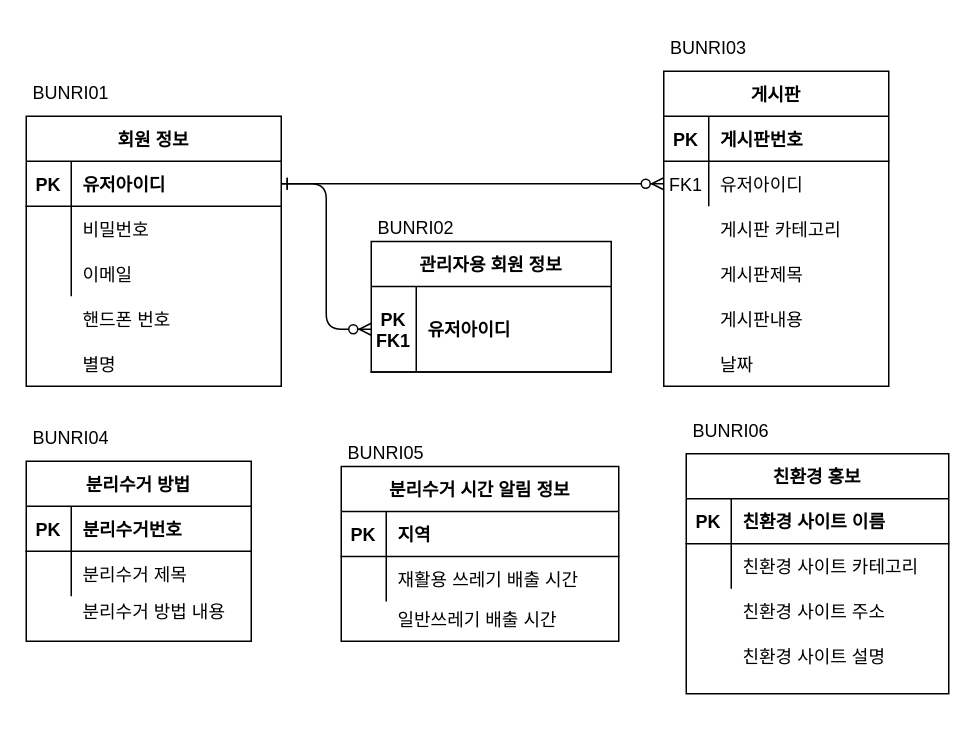
This is page "kor" (2 of 2) of recycleDB.drawio from jgy2808/TERM_Project, a draw.io file, before an edit. Source tidied: cells renumbered, new cells numbered last; positions are measured from the earlier drawing's top-left corner, leaving out a move shared by most shapes. Both pictures are drawn from the tidied source at 150%, with x=0, y=0 at pixel (26, 26).
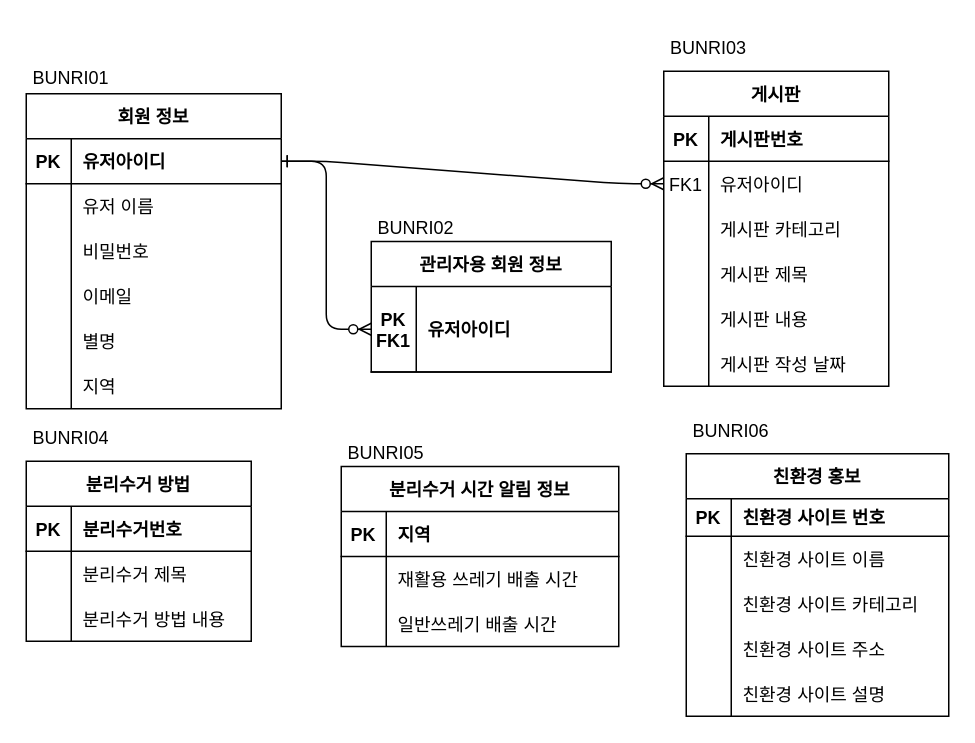
Above is the later version.

The change refers to these unchanged cells:
```xml
<mxCell id="13" value="분리수거 방법" style="shape=table;startSize=30;childLayout=tableLayout;rowLines=0;fontStyle=1;align=center;" parent="1" vertex="1">
  <mxGeometry y="290" width="150" height="120" as="geometry" />
</mxCell>
<mxCell id="20" value="게시판" style="shape=table;startSize=30;childLayout=tableLayout;rowLines=0;fontStyle=1;align=center;" parent="1" vertex="1">
  <mxGeometry x="425" y="30" width="150" height="210" as="geometry" />
</mxCell>
```

Diff of the diagram source:
```diff
@@
-    <mxCell id="2" value="별명" style="shape=partialRectangle;overflow=hidden;fillColor=none;top=0;left=0;bottom=0;right=0;align=left;spacingLeft=6;" parent="1" vertex="1">
-      <mxGeometry x="30" y="210" width="60" height="30" as="geometry" />
-    </mxCell>
     <mxCell id="3" value="회원 정보" style="shape=table;startSize=30;childLayout=tableLayout;rowLines=0;fontStyle=1;align=center;" parent="1" vertex="1">
-      <mxGeometry y="60" width="170" height="180" as="geometry" />
+      <mxGeometry y="45" width="170" height="210" as="geometry" />
     </mxCell>
@@
+    <mxCell id="62" style="shape=partialRectangle;fillColor=none;top=0;left=0;right=0;bottom=0;" parent="3" vertex="1">
+      <mxGeometry y="60" width="170" height="30" as="geometry" />
+    </mxCell>
+    <mxCell id="63" style="shape=partialRectangle;overflow=hidden;fillColor=none;top=0;left=0;bottom=0;right=0;" parent="62" vertex="1">
+      <mxGeometry width="30" height="30" as="geometry" />
+    </mxCell>
+    <mxCell id="64" value="유저 이름" style="shape=partialRectangle;overflow=hidden;fillColor=none;top=0;left=0;bottom=0;right=0;align=left;spacingLeft=6;" parent="62" vertex="1">
+      <mxGeometry x="30" width="140" height="30" as="geometry" />
+    </mxCell>
     <mxCell id="7" style="shape=partialRectangle;fillColor=none;top=0;left=0;right=0;bottom=0;" parent="3" vertex="1">
-      <mxGeometry y="60" width="170" height="30" as="geometry" />
+      <mxGeometry y="90" width="170" height="30" as="geometry" />
     </mxCell>
@@
     <mxCell id="10" style="shape=partialRectangle;fillColor=none;top=0;left=0;right=0;bottom=0;" parent="3" vertex="1">
-      <mxGeometry y="90" width="170" height="30" as="geometry" />
+      <mxGeometry y="120" width="170" height="30" as="geometry" />
     </mxCell>
@@
+    <mxCell id="65" style="shape=partialRectangle;fillColor=none;top=0;left=0;right=0;bottom=0;" parent="3" vertex="1">
+      <mxGeometry y="150" width="170" height="30" as="geometry" />
+    </mxCell>
+    <mxCell id="66" style="shape=partialRectangle;overflow=hidden;fillColor=none;top=0;left=0;bottom=0;right=0;" parent="65" vertex="1">
+      <mxGeometry width="30" height="30" as="geometry" />
+    </mxCell>
+    <mxCell id="2" value="별명" style="shape=partialRectangle;overflow=hidden;fillColor=none;top=0;left=0;bottom=0;right=0;align=left;spacingLeft=6;" parent="65" vertex="1">
+      <mxGeometry x="30" width="140" height="30" as="geometry" />
+    </mxCell>
+    <mxCell id="67" style="shape=partialRectangle;fillColor=none;top=0;left=0;right=0;bottom=0;" parent="3" vertex="1">
+      <mxGeometry y="180" width="170" height="30" as="geometry" />
+    </mxCell>
+    <mxCell id="68" style="shape=partialRectangle;overflow=hidden;fillColor=none;top=0;left=0;bottom=0;right=0;" parent="67" vertex="1">
+      <mxGeometry width="30" height="30" as="geometry" />
+    </mxCell>
+    <mxCell id="69" value="지역" style="shape=partialRectangle;overflow=hidden;fillColor=none;top=0;left=0;bottom=0;right=0;align=left;spacingLeft=6;" parent="67" vertex="1">
+      <mxGeometry x="30" width="140" height="30" as="geometry" />
+    </mxCell>
@@
+    <mxCell id="70" style="shape=partialRectangle;fillColor=none;top=0;left=0;right=0;bottom=0;" parent="13" vertex="1">
+      <mxGeometry y="90" width="150" height="30" as="geometry" />
+    </mxCell>
+    <mxCell id="71" style="shape=partialRectangle;overflow=hidden;fillColor=none;top=0;left=0;bottom=0;right=0;" parent="70" vertex="1">
+      <mxGeometry width="30" height="30" as="geometry" />
+    </mxCell>
+    <mxCell id="31" value="분리수거 방법 내용" style="shape=partialRectangle;overflow=hidden;fillColor=none;top=0;left=0;bottom=0;right=0;align=left;spacingLeft=6;" parent="70" vertex="1">
+      <mxGeometry x="30" width="120" height="30" as="geometry" />
+    </mxCell>
@@
-    <mxCell id="27" value="핸드폰 번호" style="shape=partialRectangle;overflow=hidden;fillColor=none;top=0;left=0;bottom=0;right=0;align=left;spacingLeft=6;" parent="1" vertex="1">
-      <mxGeometry x="30" y="180" width="70" height="30" as="geometry" />
-    </mxCell>
+    <mxCell id="72" style="shape=partialRectangle;fillColor=none;top=0;left=0;right=0;bottom=0;" parent="20" vertex="1">
+      <mxGeometry y="90" width="150" height="30" as="geometry" />
+    </mxCell>
+    <mxCell id="73" style="shape=partialRectangle;overflow=hidden;fillColor=none;top=0;left=0;bottom=0;right=0;" parent="72" vertex="1">
+      <mxGeometry width="30" height="30" as="geometry" />
+    </mxCell>
+    <mxCell id="40" value="게시판 카테고리" style="shape=partialRectangle;overflow=hidden;fillColor=none;top=0;left=0;bottom=0;right=0;align=left;spacingLeft=6;" parent="72" vertex="1">
+      <mxGeometry x="30" width="120" height="30" as="geometry" />
+    </mxCell>
+    <mxCell id="74" style="shape=partialRectangle;fillColor=none;top=0;left=0;right=0;bottom=0;" parent="20" vertex="1">
+      <mxGeometry y="120" width="150" height="30" as="geometry" />
+    </mxCell>
+    <mxCell id="75" style="shape=partialRectangle;overflow=hidden;fillColor=none;top=0;left=0;bottom=0;right=0;" parent="74" vertex="1">
+      <mxGeometry width="30" height="30" as="geometry" />
+    </mxCell>
+    <mxCell id="76" value="게시판 제목" style="shape=partialRectangle;overflow=hidden;fillColor=none;top=0;left=0;bottom=0;right=0;align=left;spacingLeft=6;" parent="74" vertex="1">
+      <mxGeometry x="30" width="120" height="30" as="geometry" />
+    </mxCell>
+    <mxCell id="77" style="shape=partialRectangle;fillColor=none;top=0;left=0;right=0;bottom=0;" parent="20" vertex="1">
+      <mxGeometry y="150" width="150" height="30" as="geometry" />
+    </mxCell>
+    <mxCell id="78" style="shape=partialRectangle;overflow=hidden;fillColor=none;top=0;left=0;bottom=0;right=0;" parent="77" vertex="1">
+      <mxGeometry width="30" height="30" as="geometry" />
+    </mxCell>
+    <mxCell id="79" value="게시판 내용" style="shape=partialRectangle;overflow=hidden;fillColor=none;top=0;left=0;bottom=0;right=0;align=left;spacingLeft=6;" parent="77" vertex="1">
+      <mxGeometry x="30" width="120" height="30" as="geometry" />
+    </mxCell>
+    <mxCell id="80" style="shape=partialRectangle;fillColor=none;top=0;left=0;right=0;bottom=0;" parent="20" vertex="1">
+      <mxGeometry y="180" width="150" height="30" as="geometry" />
+    </mxCell>
+    <mxCell id="81" style="shape=partialRectangle;overflow=hidden;fillColor=none;top=0;left=0;bottom=0;right=0;" parent="80" vertex="1">
+      <mxGeometry width="30" height="30" as="geometry" />
+    </mxCell>
+    <mxCell id="82" value="게시판 작성 날짜" style="shape=partialRectangle;overflow=hidden;fillColor=none;top=0;left=0;bottom=0;right=0;align=left;spacingLeft=6;" parent="80" vertex="1">
+      <mxGeometry x="30" width="120" height="30" as="geometry" />
+    </mxCell>
@@
-    <mxCell id="29" value="게시판제목" style="shape=partialRectangle;overflow=hidden;fillColor=none;top=0;left=0;bottom=0;right=0;align=left;spacingLeft=6;" parent="1" vertex="1">
-      <mxGeometry x="455" y="150" width="130" height="30" as="geometry" />
-    </mxCell>
-    <mxCell id="30" value="날짜" style="shape=partialRectangle;overflow=hidden;fillColor=none;top=0;left=0;bottom=0;right=0;align=left;spacingLeft=6;" parent="1" vertex="1">
-      <mxGeometry x="455" y="210" width="130" height="30" as="geometry" />
-    </mxCell>
-    <mxCell id="31" value="분리수거 방법 내용" style="shape=partialRectangle;overflow=hidden;fillColor=none;top=0;left=0;bottom=0;right=0;align=left;spacingLeft=6;" parent="1" vertex="1">
-      <mxGeometry x="30" y="380" width="120" height="20" as="geometry" />
-    </mxCell>
-    <mxCell id="32" value="게시판내용" style="shape=partialRectangle;overflow=hidden;fillColor=none;top=0;left=0;bottom=0;right=0;align=left;spacingLeft=6;" parent="1" vertex="1">
-      <mxGeometry x="455" y="180" width="115" height="30" as="geometry" />
-    </mxCell>
     <mxCell id="33" value="분리수거 시간 알림 정보" style="shape=table;startSize=30;childLayout=tableLayout;rowLines=0;fontStyle=1;align=center;" parent="1" vertex="1">
-      <mxGeometry x="210" y="293.5" width="185" height="116.5" as="geometry" />
+      <mxGeometry x="210" y="293.5" width="185" height="120" as="geometry" />
     </mxCell>
@@
-    <mxCell id="40" value="게시판 카테고리" style="shape=partialRectangle;overflow=hidden;fillColor=none;top=0;left=0;bottom=0;right=0;align=left;spacingLeft=6;" parent="1" vertex="1">
-      <mxGeometry x="455" y="120" width="130" height="30" as="geometry" />
-    </mxCell>
+    <mxCell id="83" style="shape=partialRectangle;fillColor=none;top=0;left=0;right=0;bottom=0;" parent="33" vertex="1">
+      <mxGeometry y="90" width="185" height="30" as="geometry" />
+    </mxCell>
+    <mxCell id="84" style="shape=partialRectangle;overflow=hidden;fillColor=none;top=0;left=0;bottom=0;right=0;" parent="83" vertex="1">
+      <mxGeometry width="30" height="30" as="geometry" />
+    </mxCell>
+    <mxCell id="55" value="일반쓰레기 배출 시간" style="shape=partialRectangle;overflow=hidden;fillColor=none;top=0;left=0;bottom=0;right=0;align=left;spacingLeft=6;" parent="83" vertex="1">
+      <mxGeometry x="30" width="155" height="30" as="geometry" />
+    </mxCell>
@@
     <mxCell id="44" value="BUNRI01" style="text;html=1;strokeColor=none;fillColor=none;align=center;verticalAlign=middle;whiteSpace=wrap;rounded=0;" parent="1" vertex="1">
-      <mxGeometry y="30" width="60" height="30" as="geometry" />
+      <mxGeometry y="20" width="60" height="30" as="geometry" />
     </mxCell>
     <mxCell id="45" value="친환경 홍보" style="shape=table;startSize=30;childLayout=tableLayout;rowLines=0;fontStyle=1;align=center;" parent="1" vertex="1">
-      <mxGeometry x="440" y="285" width="175" height="160" as="geometry" />
+      <mxGeometry x="440" y="285" width="175" height="175" as="geometry" />
     </mxCell>
     <mxCell id="46" style="shape=partialRectangle;fillColor=none;top=0;left=0;right=0;bottom=1;" parent="45" vertex="1">
-      <mxGeometry y="30" width="175" height="30" as="geometry" />
+      <mxGeometry y="30" width="175" height="25" as="geometry" />
     </mxCell>
     <mxCell id="47" value="PK" style="shape=partialRectangle;overflow=hidden;fillColor=none;top=0;left=0;bottom=0;right=0;fontStyle=1;" parent="46" vertex="1">
-      <mxGeometry width="30" height="30" as="geometry" />
+      <mxGeometry width="30" height="25" as="geometry" />
     </mxCell>
-    <mxCell id="48" value="친환경 사이트 이름" style="shape=partialRectangle;overflow=hidden;fillColor=none;top=0;left=0;bottom=0;right=0;align=left;spacingLeft=6;fontStyle=1;" parent="46" vertex="1">
-      <mxGeometry x="30" width="145" height="30" as="geometry" />
+    <mxCell id="48" value="친환경 사이트 번호" style="shape=partialRectangle;overflow=hidden;fillColor=none;top=0;left=0;bottom=0;right=0;align=left;spacingLeft=6;fontStyle=1;" parent="46" vertex="1">
+      <mxGeometry x="30" width="145" height="25" as="geometry" />
     </mxCell>
+    <mxCell id="85" style="shape=partialRectangle;fillColor=none;top=0;left=0;right=0;bottom=0;" parent="45" vertex="1">
+      <mxGeometry y="55" width="175" height="30" as="geometry" />
+    </mxCell>
+    <mxCell id="86" style="shape=partialRectangle;overflow=hidden;fillColor=none;top=0;left=0;bottom=0;right=0;" parent="85" vertex="1">
+      <mxGeometry width="30" height="30" as="geometry" />
+    </mxCell>
+    <mxCell id="87" value="친환경 사이트 이름" style="shape=partialRectangle;overflow=hidden;fillColor=none;top=0;left=0;bottom=0;right=0;align=left;spacingLeft=6;" parent="85" vertex="1">
+      <mxGeometry x="30" width="145" height="30" as="geometry" />
+    </mxCell>
     <mxCell id="49" style="shape=partialRectangle;fillColor=none;top=0;left=0;right=0;bottom=0;" parent="45" vertex="1">
-      <mxGeometry y="60" width="175" height="30" as="geometry" />
+      <mxGeometry y="85" width="175" height="30" as="geometry" />
     </mxCell>
@@
+    <mxCell id="88" style="shape=partialRectangle;fillColor=none;top=0;left=0;right=0;bottom=0;" parent="45" vertex="1">
+      <mxGeometry y="115" width="175" height="30" as="geometry" />
+    </mxCell>
+    <mxCell id="89" style="shape=partialRectangle;overflow=hidden;fillColor=none;top=0;left=0;bottom=0;right=0;" parent="88" vertex="1">
+      <mxGeometry width="30" height="30" as="geometry" />
+    </mxCell>
+    <mxCell id="53" value="친환경 사이트 주소" style="shape=partialRectangle;overflow=hidden;fillColor=none;top=0;left=0;bottom=0;right=0;align=left;spacingLeft=6;" parent="88" vertex="1">
+      <mxGeometry x="30" width="145" height="30" as="geometry" />
+    </mxCell>
+    <mxCell id="90" style="shape=partialRectangle;fillColor=none;top=0;left=0;right=0;bottom=0;" parent="45" vertex="1">
+      <mxGeometry y="145" width="175" height="30" as="geometry" />
+    </mxCell>
+    <mxCell id="91" style="shape=partialRectangle;overflow=hidden;fillColor=none;top=0;left=0;bottom=0;right=0;" parent="90" vertex="1">
+      <mxGeometry width="30" height="30" as="geometry" />
+    </mxCell>
+    <mxCell id="54" value="친환경 사이트 설명" style="shape=partialRectangle;overflow=hidden;fillColor=none;top=0;left=0;bottom=0;right=0;align=left;spacingLeft=6;" parent="90" vertex="1">
+      <mxGeometry x="30" width="145" height="30" as="geometry" />
+    </mxCell>
@@
-    <mxCell id="53" value="친환경 사이트 주소" style="shape=partialRectangle;overflow=hidden;fillColor=none;top=0;left=0;bottom=0;right=0;align=left;spacingLeft=6;" parent="1" vertex="1">
-      <mxGeometry x="470" y="375" width="120" height="30" as="geometry" />
-    </mxCell>
-    <mxCell id="54" value="친환경 사이트 설명" style="shape=partialRectangle;overflow=hidden;fillColor=none;top=0;left=0;bottom=0;right=0;align=left;spacingLeft=6;" parent="1" vertex="1">
-      <mxGeometry x="470" y="405" width="120" height="30" as="geometry" />
-    </mxCell>
-    <mxCell id="55" value="일반쓰레기 배출 시간" style="shape=partialRectangle;overflow=hidden;fillColor=none;top=0;left=0;bottom=0;right=0;align=left;spacingLeft=6;" parent="1" vertex="1">
-      <mxGeometry x="240" y="380" width="135" height="30" as="geometry" />
-    </mxCell>
```
